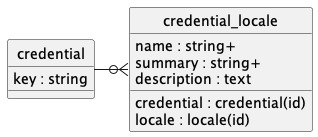
Before: doc/concepts/credential/uml.png, a diagram exported from PlantUML (contactopensource/contactopensource). Source of this version:
```plantuml
@startuml uml
skinparam monochrome true
skinparam linetype ortho
hide circle

entity credential {
    key : string
}

entity credential_locale {
    credential : credential(id)
    locale : locale(id)
    name : string+
    summary : string+
    description : text
}

credential -r-o{ credential_locale

@enduml
```
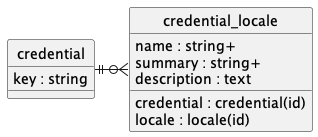
The same file after the commit.

Diff of the diagram source:
```diff
@@ -15,6 +15,6 @@
     description : text
 }
 
-credential -r-o{ credential_locale
+credential ||-r-o{ credential_locale
 
 @enduml
```
